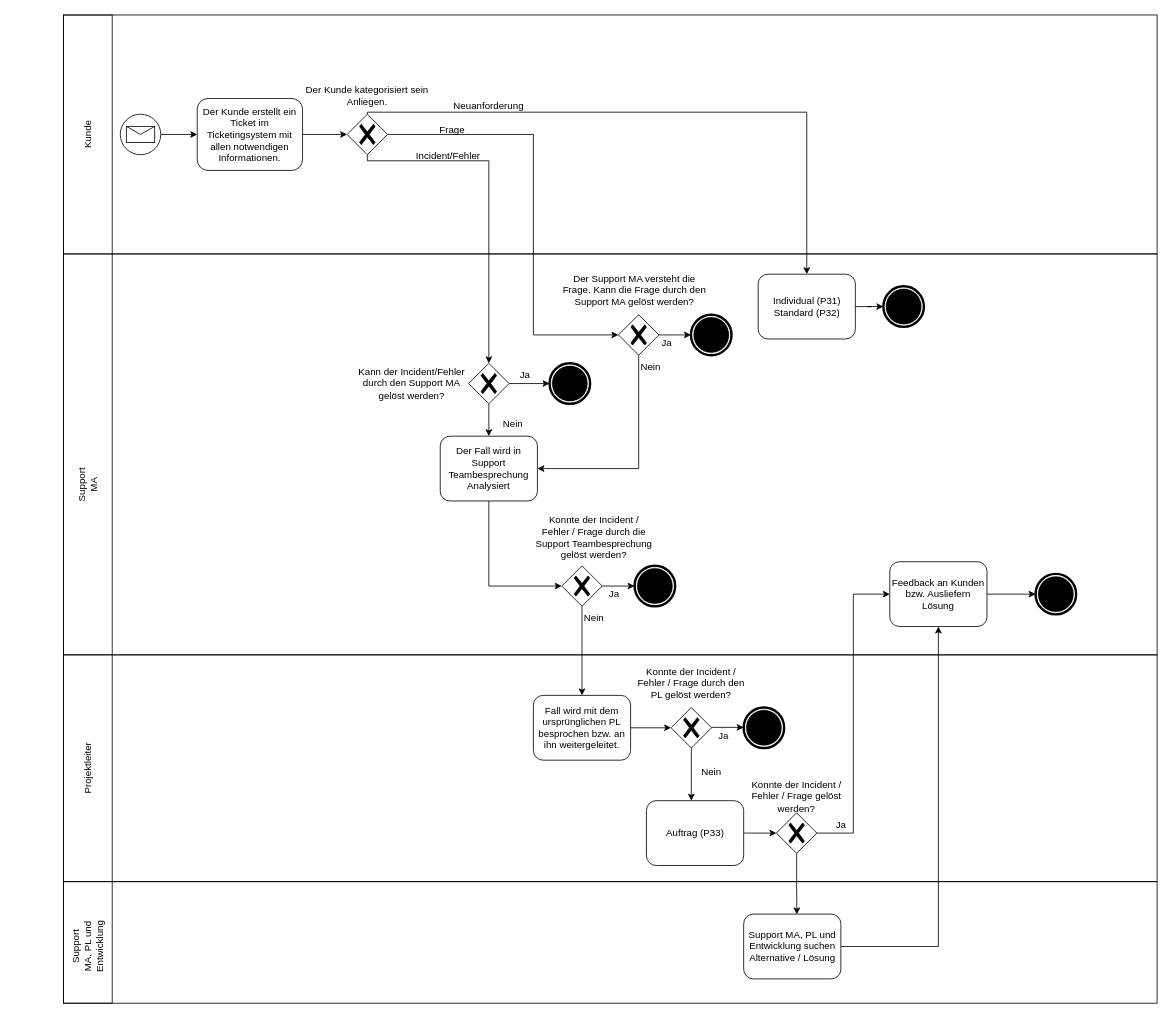
Above: Diagramme/bpmn_soll.drawio in Mario-Soller/M254 (draw.io), before the change. Source tidied: cells renumbered, new cells numbered last; positions are measured from the earlier drawing's top-left corner, leaving out a move shared by most shapes. Both pictures are drawn from the tidied source at 81%, with x=0, y=0 at pixel (63, 15).
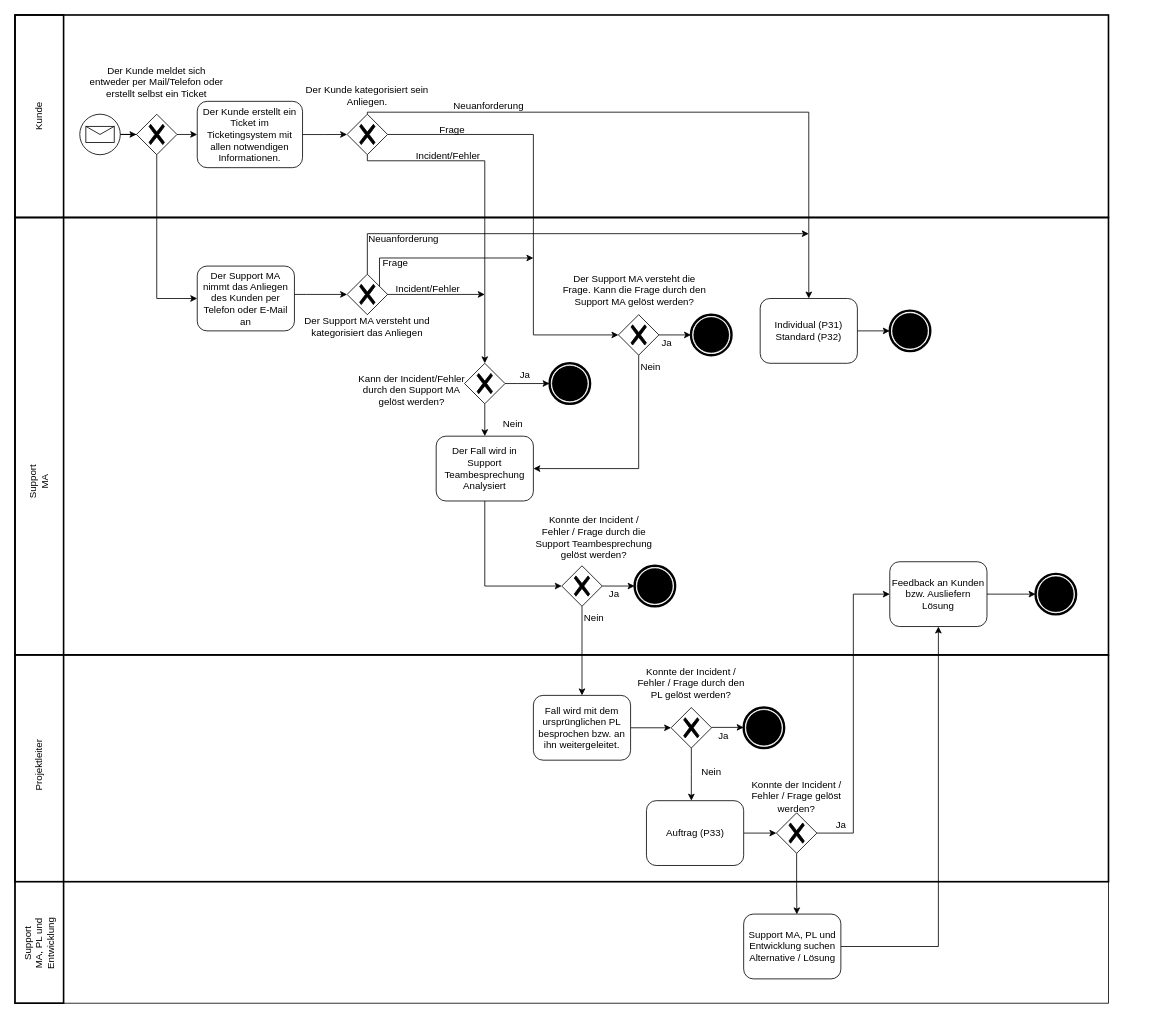
The same page after the edit.

The change refers to these unchanged cells:
```xml
<mxCell id="70" style="points=[[0.25,0.25,0],[0.5,0,0],[0.75,0.25,0],[1,0.5,0],[0.75,0.75,0],[0.5,1,0],[0.25,0.75,0],[0,0.5,0]];shape=mxgraph.bpmn.gateway2;html=1;verticalLabelPosition=bottom;labelBackgroundColor=#ffffff;verticalAlign=top;align=center;perimeter=rhombusPerimeter;outlineConnect=0;outline=none;symbol=none;gwType=exclusive;" parent="1" vertex="1">
  <mxGeometry x="350" y="122.5" width="50" height="50" as="geometry" />
</mxCell>
```

The edit, as a diff of the source:
```diff
@@
-    <mxCell id="2" style="rounded=0;whiteSpace=wrap;html=1;fillColor=none;" parent="1" vertex="1">
-      <mxGeometry width="1350" height="295" as="geometry" />
+    <mxCell id="2" style="rounded=0;whiteSpace=wrap;html=1;fillColor=none;strokeWidth=2;" parent="1" vertex="1">
+      <mxGeometry x="-60" width="1350" height="250" as="geometry" />
     </mxCell>
     <mxCell id="3" style="rounded=0;whiteSpace=wrap;html=1;fillColor=none;" parent="1" vertex="1">
-      <mxGeometry y="1070" width="1350" height="150" as="geometry" />
+      <mxGeometry x="-60" y="1070" width="1350" height="150" as="geometry" />
     </mxCell>
-    <mxCell id="4" style="rounded=0;whiteSpace=wrap;html=1;fillColor=none;" parent="1" vertex="1">
-      <mxGeometry y="790" width="1350" height="280" as="geometry" />
+    <mxCell id="4" style="rounded=0;whiteSpace=wrap;html=1;fillColor=none;strokeWidth=2;" parent="1" vertex="1">
+      <mxGeometry x="-60" y="790" width="1350" height="280" as="geometry" />
     </mxCell>
-    <mxCell id="5" style="rounded=0;whiteSpace=wrap;html=1;fillColor=none;" parent="1" vertex="1">
-      <mxGeometry y="295" width="1350" height="495" as="geometry" />
+    <mxCell id="5" style="rounded=0;whiteSpace=wrap;html=1;fillColor=none;strokeWidth=2;" parent="1" vertex="1">
+      <mxGeometry x="-60" y="250" width="1350" height="540" as="geometry" />
     </mxCell>
@@
     <mxCell id="9" value="Individual (P31)&lt;br&gt;Standard (P32)" style="shape=ext;rounded=1;html=1;whiteSpace=wrap;" parent="1" vertex="1">
-      <mxGeometry x="857.5" y="320" width="120" height="80" as="geometry" />
+      <mxGeometry x="860" y="350" width="120" height="80" as="geometry" />
     </mxCell>
@@
     <mxCell id="11" style="points=[[0.145,0.145,0],[0.5,0,0],[0.855,0.145,0],[1,0.5,0],[0.855,0.855,0],[0.5,1,0],[0.145,0.855,0],[0,0.5,0]];shape=mxgraph.bpmn.event;html=1;verticalLabelPosition=bottom;labelBackgroundColor=#ffffff;verticalAlign=top;align=center;perimeter=ellipsePerimeter;outlineConnect=0;outline=end;symbol=terminate;" parent="1" vertex="1">
-      <mxGeometry x="1012.1" y="335" width="50" height="50" as="geometry" />
+      <mxGeometry x="1020" y="365" width="50" height="50" as="geometry" />
     </mxCell>
     <mxCell id="12" value="Kann der Incident/Fehler durch den Support MA gelöst werden?" style="text;html=1;strokeColor=none;fillColor=none;align=center;verticalAlign=middle;whiteSpace=wrap;rounded=0;" parent="1" vertex="1">
-      <mxGeometry x="360" y="422.5" width="140" height="65" as="geometry" />
+      <mxGeometry x="360" y="430" width="140" height="65" as="geometry" />
     </mxCell>
@@
     <mxCell id="17" style="points=[[0.25,0.25,0],[0.5,0,0],[0.75,0.25,0],[1,0.5,0],[0.75,0.75,0],[0.5,1,0],[0.25,0.75,0],[0,0.5,0]];shape=mxgraph.bpmn.gateway2;html=1;verticalLabelPosition=bottom;labelBackgroundColor=#ffffff;verticalAlign=top;align=center;perimeter=rhombusPerimeter;outlineConnect=0;outline=none;symbol=none;gwType=exclusive;" parent="1" vertex="1">
-      <mxGeometry x="500" y="430" width="50" height="50" as="geometry" />
+      <mxGeometry x="495" y="430" width="50" height="50" as="geometry" />
     </mxCell>
@@
     <mxCell id="29" value="Der Fall wird in Support Teambesprechung Analysiert" style="shape=ext;rounded=1;html=1;whiteSpace=wrap;" parent="1" vertex="1">
-      <mxGeometry x="465" y="520" width="120" height="80" as="geometry" />
+      <mxGeometry x="460" y="520" width="120" height="80" as="geometry" />
     </mxCell>
@@
-    <mxCell id="58" style="rounded=0;whiteSpace=wrap;html=1;fillColor=none;" parent="1" vertex="1">
-      <mxGeometry width="60" height="1220" as="geometry" />
+    <mxCell id="58" style="rounded=0;whiteSpace=wrap;html=1;fillColor=none;strokeWidth=2;" parent="1" vertex="1">
+      <mxGeometry x="-60" width="60" height="1220" as="geometry" />
     </mxCell>
     <mxCell id="59" value="Support MA" style="text;html=1;strokeColor=none;fillColor=none;align=center;verticalAlign=middle;whiteSpace=wrap;rounded=0;direction=east;rotation=270;" parent="1" vertex="1">
-      <mxGeometry y="565" width="60" height="30" as="geometry" />
+      <mxGeometry x="-60" y="561.2" width="60" height="30" as="geometry" />
     </mxCell>
     <mxCell id="60" value="Projektleiter" style="text;html=1;strokeColor=none;fillColor=none;align=center;verticalAlign=middle;whiteSpace=wrap;rounded=0;direction=east;rotation=270;" parent="1" vertex="1">
-      <mxGeometry y="915" width="60" height="30" as="geometry" />
+      <mxGeometry x="-60" y="911.2" width="60" height="30" as="geometry" />
     </mxCell>
     <mxCell id="61" value="Support MA, PL und Entwicklung" style="text;html=1;strokeColor=none;fillColor=none;align=center;verticalAlign=middle;whiteSpace=wrap;rounded=0;direction=east;rotation=270;" parent="1" vertex="1">
-      <mxGeometry y="1135" width="60" height="30" as="geometry" />
+      <mxGeometry x="-60" y="1131.2" width="60" height="30" as="geometry" />
     </mxCell>
     <mxCell id="62" value="Kunde" style="text;html=1;strokeColor=none;fillColor=none;align=center;verticalAlign=middle;whiteSpace=wrap;rounded=0;direction=east;rotation=270;" parent="1" vertex="1">
-      <mxGeometry y="132.5" width="60" height="30" as="geometry" />
+      <mxGeometry x="-60" y="110" width="60" height="30" as="geometry" />
     </mxCell>
-    <mxCell id="63" style="edgeStyle=orthogonalEdgeStyle;rounded=0;jettySize=auto;html=1;entryX=0;entryY=0.5;entryDx=0;entryDy=0;" parent="1" edge="1" source="64" target="66">
-      <mxGeometry relative="1" as="geometry" />
-    </mxCell>
+    <mxCell id="72" style="edgeStyle=orthogonalEdgeStyle;rounded=0;jettySize=auto;html=1;entryX=0;entryY=0.5;entryDx=0;entryDy=0;entryPerimeter=0;" parent="1" edge="1" source="64" target="85">
+      <mxGeometry relative="1" as="geometry" />
+    </mxCell>
     <mxCell id="64" style="points=[[0.145,0.145,0],[0.5,0,0],[0.855,0.145,0],[1,0.5,0],[0.855,0.855,0],[0.5,1,0],[0.145,0.855,0],[0,0.5,0]];shape=mxgraph.bpmn.event;html=1;verticalLabelPosition=bottom;labelBackgroundColor=#ffffff;verticalAlign=top;align=center;perimeter=ellipsePerimeter;outlineConnect=0;outline=standard;symbol=message;" parent="1" vertex="1">
-      <mxGeometry x="70" y="122.5" width="50" height="50" as="geometry" />
+      <mxGeometry x="20" y="122.5" width="50" height="50" as="geometry" />
     </mxCell>
@@
     <mxCell id="66" value="Der Kunde erstellt ein Ticket im Ticketingsystem mit allen notwendigen Informationen." style="shape=ext;rounded=1;html=1;whiteSpace=wrap;" parent="1" vertex="1">
-      <mxGeometry x="165" y="103.1" width="130" height="88.8" as="geometry" />
+      <mxGeometry x="165" y="106.6" width="130" height="81.9" as="geometry" />
     </mxCell>
-    <mxCell id="67" style="edgeStyle=orthogonalEdgeStyle;rounded=0;jettySize=auto;html=1;entryX=0.5;entryY=0;entryDx=0;entryDy=0;" parent="1" edge="1" source="70" target="9">
+    <mxCell id="67" style="edgeStyle=orthogonalEdgeStyle;rounded=0;jettySize=auto;html=1;" parent="1" edge="1" source="70" target="9">
       <mxGeometry relative="1" as="geometry">
         <Array as="points">
           <mxPoint x="375" y="120" />
-          <mxPoint x="918" y="120" />
+          <mxPoint x="920" y="120" />
         </Array>
       </mxGeometry>
     </mxCell>
@@
     <mxCell id="69" style="edgeStyle=orthogonalEdgeStyle;rounded=0;jettySize=auto;html=1;entryX=0.5;entryY=0;entryDx=0;entryDy=0;entryPerimeter=0;" parent="1" edge="1" source="70" target="17">
       <mxGeometry relative="1" as="geometry">
         <Array as="points">
           <mxPoint x="375" y="180" />
-          <mxPoint x="525" y="180" />
+          <mxPoint x="520" y="180" />
+          <mxPoint x="520" y="430" />
         </Array>
       </mxGeometry>
     </mxCell>
@@
+    <mxCell id="73" value="Der Support MA nimmt das Anliegen des Kunden per Telefon oder E-Mail an" style="shape=ext;rounded=1;html=1;whiteSpace=wrap;" parent="1" vertex="1">
+      <mxGeometry x="165" y="310" width="120" height="80" as="geometry" />
+    </mxCell>
+    <mxCell id="74" style="edgeStyle=orthogonalEdgeStyle;rounded=0;html=1;jettySize=auto;" parent="1" edge="1" source="73" target="79">
+      <mxGeometry relative="1" as="geometry">
+        <Array as="points">
+          <mxPoint x="300" y="345" />
+          <mxPoint x="300" y="345" />
+        </Array>
+      </mxGeometry>
+    </mxCell>
+    <mxCell id="75" value="Der Support MA versteht und kategorisiert das Anliegen" style="text;html=1;strokeColor=none;fillColor=none;align=center;verticalAlign=middle;whiteSpace=wrap;rounded=0;" parent="1" vertex="1">
+      <mxGeometry x="290" y="365" width="170" height="40" as="geometry" />
+    </mxCell>
+    <mxCell id="76" style="edgeStyle=orthogonalEdgeStyle;rounded=0;jettySize=auto;html=1;exitX=0.5;exitY=0;exitDx=0;exitDy=0;exitPerimeter=0;" parent="1" edge="1" source="79">
+      <mxGeometry relative="1" as="geometry">
+        <mxPoint x="920" y="270" as="targetPoint" />
+        <Array as="points">
+          <mxPoint x="375" y="270" />
+          <mxPoint x="920" y="270" />
+        </Array>
+      </mxGeometry>
+    </mxCell>
+    <mxCell id="77" style="edgeStyle=orthogonalEdgeStyle;rounded=0;jettySize=auto;html=1;exitX=1;exitY=0.5;exitDx=0;exitDy=0;exitPerimeter=0;" parent="1" edge="1" source="79">
+      <mxGeometry relative="1" as="geometry">
+        <mxPoint x="580" y="300" as="targetPoint" />
+        <Array as="points">
+          <mxPoint x="390" y="345" />
+          <mxPoint x="390" y="300" />
+          <mxPoint x="580" y="300" />
+        </Array>
+      </mxGeometry>
+    </mxCell>
+    <mxCell id="78" style="edgeStyle=orthogonalEdgeStyle;rounded=0;jettySize=auto;html=1;" parent="1" edge="1" source="79">
+      <mxGeometry relative="1" as="geometry">
+        <mxPoint x="520" y="345" as="targetPoint" />
+      </mxGeometry>
+    </mxCell>
+    <mxCell id="79" style="points=[[0.25,0.25,0],[0.5,0,0],[0.75,0.25,0],[1,0.5,0],[0.75,0.75,0],[0.5,1,0],[0.25,0.75,0],[0,0.5,0]];shape=mxgraph.bpmn.gateway2;html=1;verticalLabelPosition=bottom;labelBackgroundColor=#ffffff;verticalAlign=top;align=center;perimeter=rhombusPerimeter;outlineConnect=0;outline=none;symbol=none;gwType=exclusive;" parent="1" vertex="1">
+      <mxGeometry x="350" y="320" width="50" height="50" as="geometry" />
+    </mxCell>
+    <mxCell id="80" value="Neuanforderung" style="text;html=1;strokeColor=none;fillColor=none;align=center;verticalAlign=middle;whiteSpace=wrap;rounded=0;rotation=0;" parent="1" vertex="1">
+      <mxGeometry x="390" y="262" width="60" height="30" as="geometry" />
+    </mxCell>
+    <mxCell id="81" value="Frage" style="text;html=1;strokeColor=none;fillColor=none;align=center;verticalAlign=middle;whiteSpace=wrap;rounded=0;rotation=0;" parent="1" vertex="1">
+      <mxGeometry x="380" y="292" width="60" height="30" as="geometry" />
+    </mxCell>
+    <mxCell id="82" value="Incident/Fehler" style="text;html=1;strokeColor=none;fillColor=none;align=center;verticalAlign=middle;whiteSpace=wrap;rounded=0;rotation=0;" parent="1" vertex="1">
+      <mxGeometry x="400" y="320" width="100" height="35" as="geometry" />
+    </mxCell>
+    <mxCell id="83" style="edgeStyle=orthogonalEdgeStyle;rounded=0;jettySize=auto;html=1;" parent="1" edge="1" source="85" target="66">
+      <mxGeometry relative="1" as="geometry" />
+    </mxCell>
+    <mxCell id="84" style="edgeStyle=orthogonalEdgeStyle;rounded=0;jettySize=auto;html=1;entryX=0;entryY=0.5;entryDx=0;entryDy=0;" parent="1" edge="1" source="85" target="73">
+      <mxGeometry relative="1" as="geometry">
+        <Array as="points">
+          <mxPoint x="115" y="350" />
+        </Array>
+      </mxGeometry>
+    </mxCell>
+    <mxCell id="85" style="points=[[0.25,0.25,0],[0.5,0,0],[0.75,0.25,0],[1,0.5,0],[0.75,0.75,0],[0.5,1,0],[0.25,0.75,0],[0,0.5,0]];shape=mxgraph.bpmn.gateway2;html=1;verticalLabelPosition=bottom;labelBackgroundColor=#ffffff;verticalAlign=top;align=center;perimeter=rhombusPerimeter;outlineConnect=0;outline=none;symbol=none;gwType=exclusive;" parent="1" vertex="1">
+      <mxGeometry x="90" y="122.5" width="50" height="50" as="geometry" />
+    </mxCell>
+    <mxCell id="86" value="Der Kunde meldet sich entweder per Mail/Telefon oder erstellt selbst ein Ticket" style="text;html=1;strokeColor=none;fillColor=none;align=center;verticalAlign=middle;whiteSpace=wrap;rounded=0;" parent="1" vertex="1">
+      <mxGeometry x="30" y="63.1" width="170" height="40" as="geometry" />
+    </mxCell>
```
